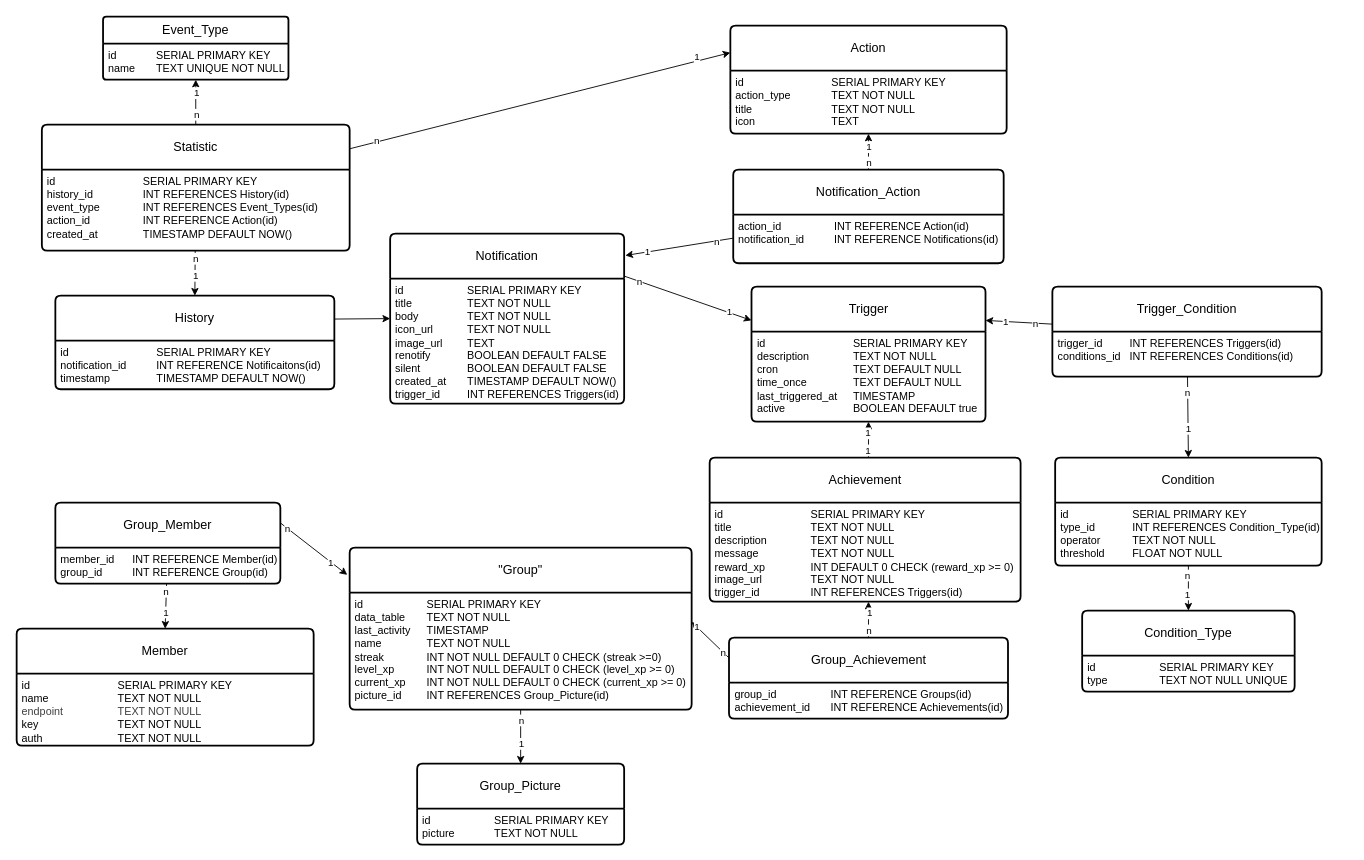
Above: Database/docs/database_construction.drawio in olHannes/WebPush-Docs (draw.io), before the change. Source tidied: cells renumbered, new cells numbered last; positions are measured from the earlier drawing's top-left corner, leaving out a move shared by most shapes. Both pictures are drawn from the tidied source at 90%, with x=0, y=0 at pixel (16, 16).
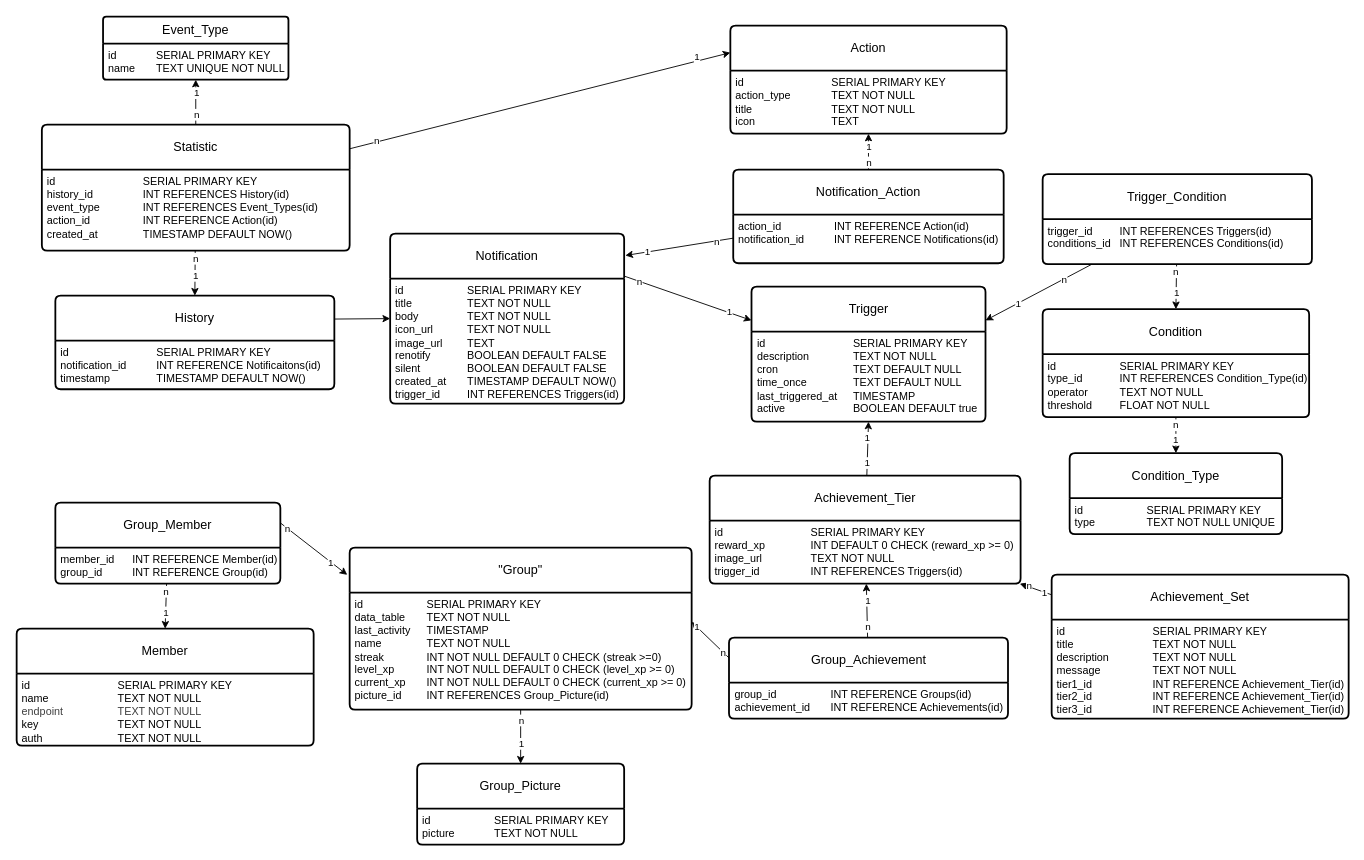
Above is the later version.

Commit message (it also covers changes not shown here):
updated Achievement structure and implemented used views

Unchanged cells that the change refers to:
```xml
<mxCell id="5" value="id&lt;span style=&quot;white-space: pre;&quot;&gt;&#9;&lt;/span&gt;&lt;span style=&quot;white-space: pre;&quot;&gt;&#9;&lt;/span&gt;&lt;span style=&quot;white-space: pre;&quot;&gt;&#9;&lt;span style=&quot;white-space: pre;&quot;&gt;&#9;&lt;/span&gt;&lt;/span&gt;SERIAL PRIMARY KEY&lt;div&gt;&lt;div&gt;&lt;font color=&quot;#000000&quot;&gt;description&lt;span style=&quot;white-space: pre;&quot;&gt;&#9;&lt;/span&gt;&lt;span style=&quot;white-space: pre;&quot;&gt;&#9;&lt;/span&gt;TEXT NOT NULL&lt;/font&gt;&lt;/div&gt;&lt;div&gt;&lt;font color=&quot;#000000&quot;&gt;cron&amp;nbsp;&lt;span style=&quot;white-space: pre;&quot;&gt;&#9;&lt;/span&gt;&lt;span style=&quot;white-space: pre;&quot;&gt;&#9;&lt;/span&gt;&lt;span style=&quot;white-space: pre;&quot;&gt;&#9;&lt;/span&gt;TEXT DEFAULT NULL&lt;/font&gt;&lt;/div&gt;&lt;div&gt;time_once&lt;span style=&quot;white-space: pre;&quot;&gt;&#9;&lt;/span&gt;&lt;span style=&quot;white-space: pre;&quot;&gt;&#9;&lt;/span&gt;TEXT DEFAULT NULL&lt;/div&gt;&lt;div&gt;&lt;font color=&quot;#000000&quot;&gt;last_triggered_at&lt;span style=&quot;white-space: pre;&quot;&gt;&#9;&lt;/span&gt;TIMESTAMP&lt;/font&gt;&lt;/div&gt;&lt;div&gt;&lt;font color=&quot;#000000&quot;&gt;active&lt;span style=&quot;white-space: pre;&quot;&gt;&#9;&lt;/span&gt;&lt;span style=&quot;white-space: pre;&quot;&gt;&#9;&lt;/span&gt;&lt;span style=&quot;white-space: pre;&quot;&gt;&#9;&lt;/span&gt;BOOLEAN DEFAULT true&lt;/font&gt;&lt;/div&gt;&lt;/div&gt;" style="align=left;strokeColor=none;fillColor=none;spacingLeft=4;fontSize=12;verticalAlign=top;html=1;" parent="4" vertex="1">
  <mxGeometry y="50" width="260" height="100" as="geometry" />
</mxCell>
<mxCell id="35" value="Group_Achievement" style="swimlane;horizontal=1;startSize=50;rounded=1;fontSize=14;fontStyle=0;strokeWidth=2;shadow=0;dashed=0;align=center;arcSize=4;whiteSpace=wrap;html=1;" parent="1" vertex="1">
  <mxGeometry x="791.5" y="690" width="310" height="90" as="geometry" />
</mxCell>
```

Change to the diagram source:
```diff
@@
-    <mxCell id="24" style="edgeStyle=none;html=1;entryX=0.5;entryY=1;entryDx=0;entryDy=0;" parent="1" edge="1" target="5">
-      <mxGeometry relative="1" as="geometry">
-        <mxPoint x="946.5" y="490" as="sourcePoint" />
-      </mxGeometry>
+    <mxCell id="24" style="edgeStyle=none;html=1;entryX=0.5;entryY=1;entryDx=0;entryDy=0;" parent="1" edge="1" source="27" target="5">
+      <mxGeometry relative="1" as="geometry" />
     </mxCell>
@@
-    <mxCell id="27" value="Achievement" style="swimlane;horizontal=1;startSize=50;rounded=1;fontSize=14;fontStyle=0;strokeWidth=2;shadow=0;dashed=0;align=center;arcSize=4;whiteSpace=wrap;html=1;" parent="1" vertex="1">
-      <mxGeometry x="770" y="490" width="345.5" height="160" as="geometry" />
+    <mxCell id="27" value="Achievement_Tier" style="swimlane;horizontal=1;startSize=50;rounded=1;fontSize=14;fontStyle=0;strokeWidth=2;shadow=0;dashed=0;align=center;arcSize=4;whiteSpace=wrap;html=1;" parent="1" vertex="1">
+      <mxGeometry x="770" y="510" width="345.5" height="120" as="geometry" />
     </mxCell>
-    <mxCell id="28" value="id&lt;span style=&quot;white-space: pre;&quot;&gt;&#9;&lt;/span&gt;&lt;span style=&quot;white-space: pre;&quot;&gt;&#9;&lt;/span&gt;&lt;span style=&quot;white-space: pre;&quot;&gt;&#9;&lt;span style=&quot;white-space: pre;&quot;&gt;&#9;&lt;/span&gt;&lt;/span&gt;SERIAL PRIMARY KEY&lt;div&gt;&lt;font color=&quot;#000000&quot;&gt;title&lt;span style=&quot;white-space: pre;&quot;&gt;&#9;&lt;/span&gt;&lt;span style=&quot;white-space: pre;&quot;&gt;&#9;&lt;/span&gt;&lt;span style=&quot;white-space: pre;&quot;&gt;&#9;&lt;/span&gt;&lt;span style=&quot;white-space: pre;&quot;&gt;&#9;&lt;/span&gt;TEXT NOT NULL&lt;br&gt;&lt;/font&gt;&lt;div&gt;&lt;div&gt;description&lt;span style=&quot;white-space: pre;&quot;&gt;&#9;&lt;/span&gt;&lt;span style=&quot;white-space: pre;&quot;&gt;&#9;&lt;/span&gt;TEXT NOT NULL&lt;/div&gt;&lt;div&gt;message&lt;span style=&quot;white-space: pre;&quot;&gt;&#9;&lt;/span&gt;&lt;span style=&quot;white-space: pre;&quot;&gt;&#9;&lt;/span&gt;&lt;span style=&quot;white-space: pre;&quot;&gt;&#9;&lt;/span&gt;TEXT NOT NULL&lt;/div&gt;&lt;div&gt;reward_xp&lt;span style=&quot;white-space: pre;&quot;&gt;&#9;&lt;/span&gt;&lt;span style=&quot;white-space: pre;&quot;&gt;&#9;&lt;/span&gt;INT DEFAULT 0 CHECK (reward_xp &amp;gt;= 0)&lt;/div&gt;&lt;div&gt;image_url&lt;span style=&quot;white-space: pre;&quot;&gt;&#9;&lt;/span&gt;&lt;span style=&quot;white-space: pre;&quot;&gt;&#9;&lt;/span&gt;TEXT NOT NULL&lt;/div&gt;&lt;div&gt;trigger_id&lt;span style=&quot;white-space: pre;&quot;&gt;&#9;&lt;/span&gt;&lt;span style=&quot;white-space: pre;&quot;&gt;&#9;&lt;/span&gt;&lt;span style=&quot;white-space: pre;&quot;&gt;&#9;&lt;/span&gt;INT REFERENCES Triggers(id)&lt;/div&gt;&lt;/div&gt;&lt;/div&gt;" style="align=left;strokeColor=none;fillColor=none;spacingLeft=4;fontSize=12;verticalAlign=top;html=1;" parent="27" vertex="1">
-      <mxGeometry y="50" width="345.5" height="110" as="geometry" />
+    <mxCell id="28" value="id&lt;span style=&quot;white-space: pre;&quot;&gt;&#9;&lt;/span&gt;&lt;span style=&quot;white-space: pre;&quot;&gt;&#9;&lt;/span&gt;&lt;span style=&quot;white-space: pre;&quot;&gt;&#9;&lt;span style=&quot;white-space: pre;&quot;&gt;&#9;&lt;/span&gt;&lt;/span&gt;SERIAL PRIMARY KEY&lt;div&gt;&lt;div&gt;&lt;div&gt;reward_xp&lt;span style=&quot;white-space: pre;&quot;&gt;&#9;&lt;/span&gt;&lt;span style=&quot;white-space: pre;&quot;&gt;&#9;&lt;/span&gt;INT DEFAULT 0 CHECK (reward_xp &amp;gt;= 0)&lt;/div&gt;&lt;div&gt;image_url&lt;span style=&quot;white-space: pre;&quot;&gt;&#9;&lt;/span&gt;&lt;span style=&quot;white-space: pre;&quot;&gt;&#9;&lt;/span&gt;TEXT NOT NULL&lt;/div&gt;&lt;div&gt;trigger_id&lt;span style=&quot;white-space: pre;&quot;&gt;&#9;&lt;/span&gt;&lt;span style=&quot;white-space: pre;&quot;&gt;&#9;&lt;/span&gt;&lt;span style=&quot;white-space: pre;&quot;&gt;&#9;&lt;/span&gt;INT REFERENCES Triggers(id)&lt;/div&gt;&lt;/div&gt;&lt;/div&gt;" style="align=left;strokeColor=none;fillColor=none;spacingLeft=4;fontSize=12;verticalAlign=top;html=1;" parent="27" vertex="1">
+      <mxGeometry y="50" width="345.5" height="70" as="geometry" />
     </mxCell>
@@
-    <mxCell id="32" style="edgeStyle=none;html=1;entryX=0.5;entryY=1;entryDx=0;entryDy=0;" parent="1" edge="1" source="35">
-      <mxGeometry relative="1" as="geometry">
-        <mxPoint x="946.5" y="650" as="targetPoint" />
-      </mxGeometry>
+    <mxCell id="32" style="edgeStyle=none;html=1;" parent="1" edge="1" source="35" target="27">
+      <mxGeometry relative="1" as="geometry" />
     </mxCell>
@@
     <mxCell id="60" value="Condition" style="swimlane;horizontal=1;startSize=50;rounded=1;fontSize=14;fontStyle=0;strokeWidth=2;shadow=0;dashed=0;align=center;arcSize=4;whiteSpace=wrap;html=1;" parent="1" vertex="1">
-      <mxGeometry x="1153.9" y="490" width="296.1" height="120" as="geometry" />
+      <mxGeometry x="1140" y="325" width="296.1" height="120" as="geometry" />
     </mxCell>
@@
     <mxCell id="68" value="Trigger_Condition" style="swimlane;horizontal=1;startSize=50;rounded=1;fontSize=14;fontStyle=0;strokeWidth=2;shadow=0;dashed=0;align=center;arcSize=4;whiteSpace=wrap;html=1;" parent="1" vertex="1">
-      <mxGeometry x="1150.8" y="300" width="299.2" height="100" as="geometry" />
+      <mxGeometry x="1140" y="175" width="299.2" height="100" as="geometry" />
     </mxCell>
@@
     <mxCell id="75" value="Condition_Type" style="swimlane;horizontal=1;startSize=50;rounded=1;fontSize=14;fontStyle=0;strokeWidth=2;shadow=0;dashed=0;align=center;arcSize=4;whiteSpace=wrap;html=1;" parent="1" vertex="1">
-      <mxGeometry x="1183.9" y="660" width="236.1" height="90" as="geometry" />
+      <mxGeometry x="1170" y="485" width="236.1" height="90" as="geometry" />
     </mxCell>
@@
+    <mxCell id="80" style="edgeStyle=none;html=1;" parent="1" edge="1" source="83" target="27">
+      <mxGeometry relative="1" as="geometry" />
+    </mxCell>
+    <mxCell id="81" value="1" style="edgeLabel;html=1;align=center;verticalAlign=middle;" parent="80" vertex="1">
+      <mxGeometry x="-0.52" relative="1" as="geometry" />
+    </mxCell>
+    <mxCell id="82" value="n" style="edgeLabel;html=1;align=center;verticalAlign=middle;" parent="80" vertex="1">
+      <mxGeometry x="0.43" y="-1" relative="1" as="geometry" />
+    </mxCell>
+    <mxCell id="83" value="Achievement_Set" style="swimlane;horizontal=1;startSize=50;rounded=1;fontSize=14;fontStyle=0;strokeWidth=2;shadow=0;dashed=0;align=center;arcSize=4;whiteSpace=wrap;html=1;" parent="1" vertex="1">
+      <mxGeometry x="1150" y="620" width="330" height="160" as="geometry" />
+    </mxCell>
+    <mxCell id="84" value="id&lt;span style=&quot;white-space: pre;&quot;&gt;&#9;&lt;/span&gt;&lt;span style=&quot;white-space: pre;&quot;&gt;&#9;&lt;/span&gt;&lt;span style=&quot;white-space: pre;&quot;&gt;&#9;&lt;span style=&quot;white-space: pre;&quot;&gt;&#9;&lt;/span&gt;&lt;/span&gt;SERIAL PRIMARY KEY&lt;div&gt;&lt;font color=&quot;#000000&quot;&gt;title&lt;span style=&quot;white-space: pre;&quot;&gt;&#9;&lt;/span&gt;&lt;span style=&quot;white-space: pre;&quot;&gt;&#9;&lt;/span&gt;&lt;span style=&quot;white-space: pre;&quot;&gt;&#9;&lt;/span&gt;&lt;span style=&quot;white-space: pre;&quot;&gt;&#9;&lt;/span&gt;TEXT NOT NULL&lt;/font&gt;&lt;/div&gt;&lt;div&gt;&lt;font color=&quot;#000000&quot;&gt;description&lt;span style=&quot;white-space: pre;&quot;&gt;&#9;&lt;/span&gt;&lt;span style=&quot;white-space: pre;&quot;&gt;&#9;&lt;/span&gt;TEXT NOT NULL&lt;/font&gt;&lt;/div&gt;&lt;div&gt;&lt;font color=&quot;#000000&quot;&gt;message&lt;span style=&quot;white-space: pre;&quot;&gt;&#9;&lt;/span&gt;&lt;span style=&quot;white-space: pre;&quot;&gt;&#9;&lt;/span&gt;&lt;span style=&quot;white-space: pre;&quot;&gt;&#9;&lt;/span&gt;TEXT NOT NULL&lt;/font&gt;&lt;/div&gt;&lt;div&gt;&lt;font color=&quot;#000000&quot;&gt;tier1_id&lt;span style=&quot;white-space: pre;&quot;&gt;&#9;&lt;/span&gt;&lt;span style=&quot;white-space: pre;&quot;&gt;&#9;&lt;/span&gt;&lt;span style=&quot;white-space: pre;&quot;&gt;&#9;&lt;/span&gt;INT REFERENCE Achievement_Tier(id)&lt;/font&gt;&lt;/div&gt;&lt;div&gt;&lt;font color=&quot;#000000&quot;&gt;tier2_id&lt;span style=&quot;white-space: pre;&quot;&gt;&#9;&lt;/span&gt;&lt;span style=&quot;white-space: pre;&quot;&gt;&#9;&lt;/span&gt;&lt;span style=&quot;white-space: pre;&quot;&gt;&#9;&lt;/span&gt;INT REFERENCE Achievement_Tier(id)&lt;/font&gt;&lt;/div&gt;&lt;div&gt;&lt;font color=&quot;#000000&quot;&gt;tier3_id&lt;span style=&quot;white-space: pre;&quot;&gt;&#9;&lt;/span&gt;&lt;span style=&quot;white-space: pre;&quot;&gt;&#9;&lt;/span&gt;&lt;span style=&quot;white-space: pre;&quot;&gt;&#9;&lt;/span&gt;INT REFERENCE Achievement_Tier(id)&lt;/font&gt;&lt;/div&gt;" style="align=left;strokeColor=none;fillColor=none;spacingLeft=4;fontSize=12;verticalAlign=top;html=1;" parent="83" vertex="1">
+      <mxGeometry y="50" width="330" height="110" as="geometry" />
+    </mxCell>
```
